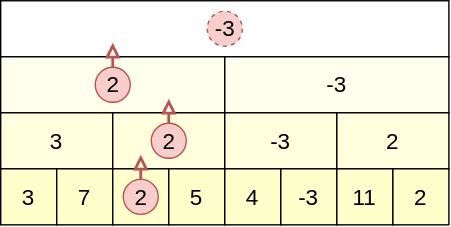
Above: source/data_structure/images/rmq_update.svg in Kyoroid/algorithm (draw.io), before the change. Source tidied: cells renumbered, new cells last; positions are measured from the earlier drawing's top-left corner, leaving out a move shared by most shapes. Source of this version:
```xml
<mxGraphModel>
  <root>
    <mxCell id="0" />
    <mxCell id="1" parent="0" />
    <mxCell id="2" value="-3" style="group;" parent="1" vertex="1">
      <mxGeometry width="320" height="160" as="geometry" />
    </mxCell>
    <mxCell id="3" style="rounded=0;whiteSpace=wrap;html=1;fontSize=16;" parent="2" vertex="1">
      <mxGeometry width="320" height="40" as="geometry" />
    </mxCell>
    <mxCell id="4" style="rounded=0;whiteSpace=wrap;html=1;fontSize=16;fillColor=#ffffee;" parent="2" vertex="1">
      <mxGeometry y="40" width="160" height="40" as="geometry" />
    </mxCell>
    <mxCell id="5" value="-3" style="rounded=0;whiteSpace=wrap;html=1;fontSize=16;fillColor=#ffffee;" parent="2" vertex="1">
      <mxGeometry x="160" y="40" width="160" height="40" as="geometry" />
    </mxCell>
    <mxCell id="6" value="3" style="rounded=0;whiteSpace=wrap;html=1;fontSize=16;fillColor=#FFFFdd;" parent="2" vertex="1">
      <mxGeometry y="80" width="80" height="40" as="geometry" />
    </mxCell>
    <mxCell id="7" style="rounded=0;whiteSpace=wrap;html=1;fontSize=16;fillColor=#FFFFdd;" parent="2" vertex="1">
      <mxGeometry x="80" y="80" width="80" height="40" as="geometry" />
    </mxCell>
    <mxCell id="8" value="-3" style="rounded=0;whiteSpace=wrap;html=1;fontSize=16;fillColor=#FFFFdd;" parent="2" vertex="1">
      <mxGeometry x="160" y="80" width="80" height="40" as="geometry" />
    </mxCell>
    <mxCell id="9" value="2" style="rounded=0;whiteSpace=wrap;html=1;fontSize=16;fillColor=#FFFFdd;" parent="2" vertex="1">
      <mxGeometry x="240" y="80" width="80" height="40" as="geometry" />
    </mxCell>
    <mxCell id="10" value="3" style="rounded=0;whiteSpace=wrap;html=1;fontSize=16;fillColor=#FFFFcc;" parent="2" vertex="1">
      <mxGeometry y="120" width="40" height="40" as="geometry" />
    </mxCell>
    <mxCell id="11" value="7" style="rounded=0;whiteSpace=wrap;html=1;fontSize=16;fillColor=#FFFFcc;" parent="2" vertex="1">
      <mxGeometry x="40" y="120" width="40" height="40" as="geometry" />
    </mxCell>
    <mxCell id="12" style="rounded=0;whiteSpace=wrap;html=1;fontSize=16;fillColor=#FFFFcc;" parent="2" vertex="1">
      <mxGeometry x="80" y="120" width="40" height="40" as="geometry" />
    </mxCell>
    <mxCell id="13" value="5" style="rounded=0;whiteSpace=wrap;html=1;fontSize=16;fillColor=#FFFFcc;" parent="2" vertex="1">
      <mxGeometry x="120" y="120" width="40" height="40" as="geometry" />
    </mxCell>
    <mxCell id="14" value="4" style="rounded=0;whiteSpace=wrap;html=1;fontSize=16;fillColor=#FFFFcc;" parent="2" vertex="1">
      <mxGeometry x="160" y="120" width="40" height="40" as="geometry" />
    </mxCell>
    <mxCell id="15" value="-3" style="rounded=0;whiteSpace=wrap;html=1;fontSize=16;fillColor=#FFFFcc;" parent="2" vertex="1">
      <mxGeometry x="200" y="120" width="40" height="40" as="geometry" />
    </mxCell>
    <mxCell id="16" value="11" style="rounded=0;whiteSpace=wrap;html=1;fontSize=16;fillColor=#FFFFcc;" parent="2" vertex="1">
      <mxGeometry x="240" y="120" width="40" height="40" as="geometry" />
    </mxCell>
    <mxCell id="17" value="2" style="rounded=0;whiteSpace=wrap;html=1;fontSize=16;fillColor=#FFFFcc;" parent="2" vertex="1">
      <mxGeometry x="280" y="120" width="40" height="40" as="geometry" />
    </mxCell>
    <mxCell id="18" value="2" style="ellipse;whiteSpace=wrap;html=1;fontSize=16;fillColor=#f8cecc;strokeColor=#b85450;" parent="2" vertex="1">
      <mxGeometry x="87.5" y="127.5" width="25" height="25" as="geometry" />
    </mxCell>
    <mxCell id="19" style="edgeStyle=none;rounded=0;jettySize=auto;html=1;exitX=0.5;exitY=0;exitDx=0;exitDy=0;strokeWidth=2;fontSize=16;fillColor=#f8cecc;strokeColor=#b85450;endArrow=block;endFill=0;" parent="2" edge="1" source="20">
      <mxGeometry relative="1" as="geometry">
        <mxPoint x="120" y="70" as="targetPoint" />
      </mxGeometry>
    </mxCell>
    <mxCell id="20" value="2" style="ellipse;whiteSpace=wrap;html=1;fontSize=16;fillColor=#f8cecc;strokeColor=#b85450;" parent="2" vertex="1">
      <mxGeometry x="107.5" y="87.5" width="25" height="25" as="geometry" />
    </mxCell>
    <mxCell id="21" value="2" style="ellipse;whiteSpace=wrap;html=1;fontSize=16;fillColor=#f8cecc;strokeColor=#b85450;" parent="2" vertex="1">
      <mxGeometry x="67.5" y="47.5" width="25" height="25" as="geometry" />
    </mxCell>
    <mxCell id="22" value="-3" style="ellipse;whiteSpace=wrap;html=1;fontSize=16;dashed=1;fillColor=#f8cecc;strokeColor=#b85450;" parent="2" vertex="1">
      <mxGeometry x="147.5" y="7.5" width="25" height="25" as="geometry" />
    </mxCell>
    <mxCell id="23" style="rounded=0;jettySize=auto;html=1;exitX=0.5;exitY=0;exitDx=0;exitDy=0;fontSize=16;strokeWidth=2;fillColor=#f8cecc;strokeColor=#b85450;endArrow=block;endFill=0;" parent="2" edge="1" source="18">
      <mxGeometry relative="1" as="geometry">
        <mxPoint x="100" y="110" as="targetPoint" />
      </mxGeometry>
    </mxCell>
    <mxCell id="24" style="edgeStyle=none;rounded=0;jettySize=auto;html=1;exitX=0.5;exitY=0;exitDx=0;exitDy=0;fontSize=16;strokeWidth=2;fillColor=#f8cecc;strokeColor=#b85450;endArrow=block;endFill=0;" parent="2" edge="1" source="21">
      <mxGeometry relative="1" as="geometry">
        <mxPoint x="80" y="30" as="targetPoint" />
      </mxGeometry>
    </mxCell>
  </root>
</mxGraphModel>
```
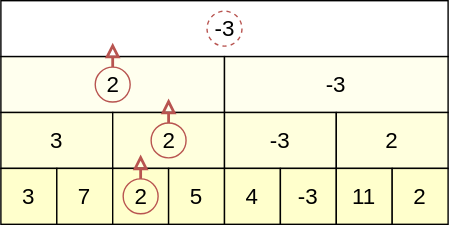
The same file after the commit.

What changed in the source:
```diff
@@ -50,7 +50,7 @@
     <mxCell id="17" value="2" style="rounded=0;whiteSpace=wrap;html=1;fontSize=16;fillColor=#FFFFcc;" parent="2" vertex="1">
       <mxGeometry x="280" y="120" width="40" height="40" as="geometry" />
     </mxCell>
-    <mxCell id="18" value="2" style="ellipse;whiteSpace=wrap;html=1;fontSize=16;fillColor=#f8cecc;strokeColor=#b85450;" parent="2" vertex="1">
+    <mxCell id="18" value="2" style="ellipse;whiteSpace=wrap;html=1;fontSize=16;fillColor=none;strokeColor=#b85450;" parent="2" vertex="1">
       <mxGeometry x="87.5" y="127.5" width="25" height="25" as="geometry" />
     </mxCell>
     <mxCell id="19" style="edgeStyle=none;rounded=0;jettySize=auto;html=1;exitX=0.5;exitY=0;exitDx=0;exitDy=0;strokeWidth=2;fontSize=16;fillColor=#f8cecc;strokeColor=#b85450;endArrow=block;endFill=0;" parent="2" edge="1" source="20">
@@ -58,13 +58,13 @@
         <mxPoint x="120" y="70" as="targetPoint" />
       </mxGeometry>
     </mxCell>
-    <mxCell id="20" value="2" style="ellipse;whiteSpace=wrap;html=1;fontSize=16;fillColor=#f8cecc;strokeColor=#b85450;" parent="2" vertex="1">
+    <mxCell id="20" value="2" style="ellipse;whiteSpace=wrap;html=1;fontSize=16;fillColor=none;strokeColor=#b85450;" parent="2" vertex="1">
       <mxGeometry x="107.5" y="87.5" width="25" height="25" as="geometry" />
     </mxCell>
-    <mxCell id="21" value="2" style="ellipse;whiteSpace=wrap;html=1;fontSize=16;fillColor=#f8cecc;strokeColor=#b85450;" parent="2" vertex="1">
+    <mxCell id="21" value="2" style="ellipse;whiteSpace=wrap;html=1;fontSize=16;fillColor=none;strokeColor=#b85450;" parent="2" vertex="1">
       <mxGeometry x="67.5" y="47.5" width="25" height="25" as="geometry" />
     </mxCell>
-    <mxCell id="22" value="-3" style="ellipse;whiteSpace=wrap;html=1;fontSize=16;dashed=1;fillColor=#f8cecc;strokeColor=#b85450;" parent="2" vertex="1">
+    <mxCell id="22" value="-3" style="ellipse;whiteSpace=wrap;html=1;fontSize=16;dashed=1;fillColor=none;strokeColor=#b85450;" parent="2" vertex="1">
       <mxGeometry x="147.5" y="7.5" width="25" height="25" as="geometry" />
     </mxCell>
     <mxCell id="23" style="rounded=0;jettySize=auto;html=1;exitX=0.5;exitY=0;exitDx=0;exitDy=0;fontSize=16;strokeWidth=2;fillColor=#f8cecc;strokeColor=#b85450;endArrow=block;endFill=0;" parent="2" edge="1" source="18">
```
